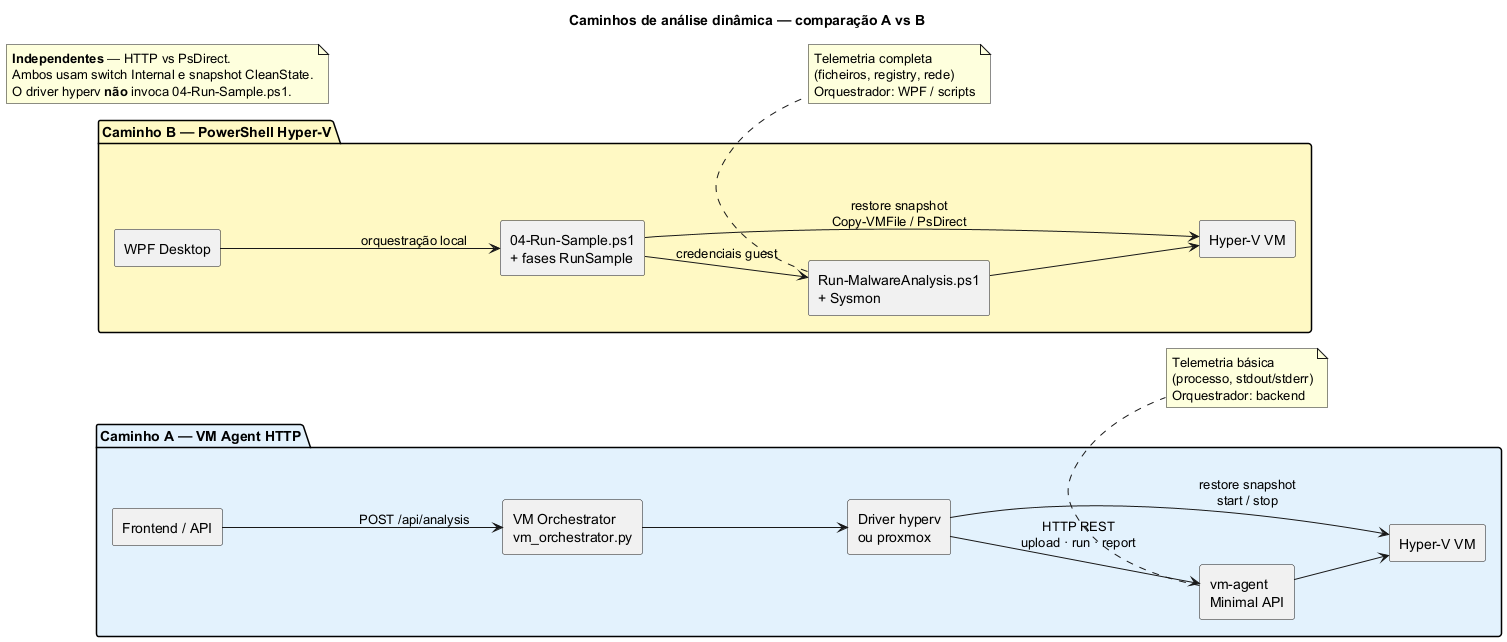
Earlier version of the PlantUML export relatório/imagens/fig-4-7-sandbox-paths.png (tlxp/PROJETO).
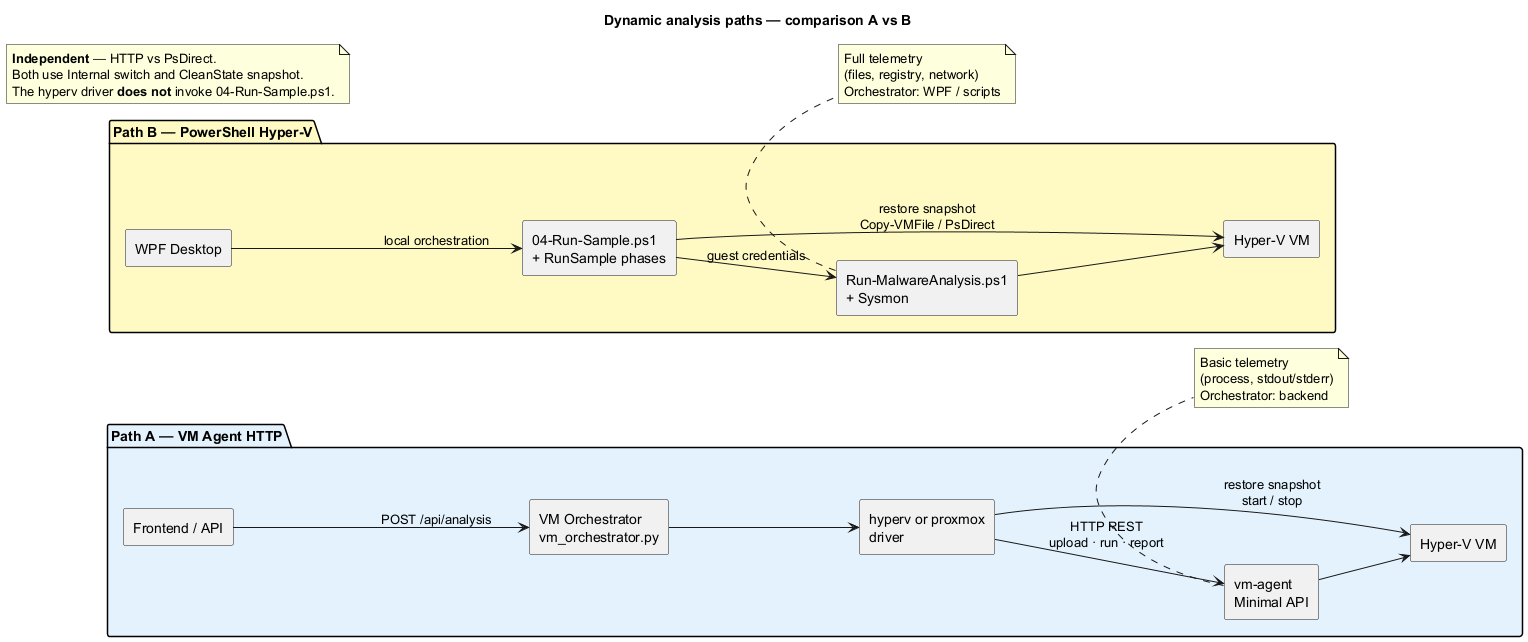
Above is the later version.

Diff of the diagram source:
```diff
@@ -1,21 +1,21 @@
 @startuml fig-4-7-sandbox-paths
-title Caminhos de análise dinâmica — comparação A vs B
+title Dynamic analysis paths — comparison A vs B
 skinparam shadowing false
 skinparam componentStyle rectangle
 
 left to right direction
 
-package "Caminho A — VM Agent HTTP" #E3F2FD {
+package "Path A — VM Agent HTTP" #E3F2FD {
   [Frontend / API] as A_FE
   [VM Orchestrator\nvm_orchestrator.py] as A_VMO
-  [Driver hyperv\nou proxmox] as A_DRV
+  [hyperv or proxmox\ndriver] as A_DRV
   [Hyper-V VM] as A_VM
   [vm-agent\nMinimal API] as A_AGENT
 }
 
-package "Caminho B — PowerShell Hyper-V" #FFF9C4 {
+package "Path B — PowerShell Hyper-V" #FFF9C4 {
   [WPF Desktop] as B_WPF
-  [04-Run-Sample.ps1\n+ fases RunSample] as B_PS
+  [04-Run-Sample.ps1\n+ RunSample phases] as B_PS
   [Hyper-V VM] as B_VM
   [Run-MalwareAnalysis.ps1\n+ Sysmon] as B_GUEST
 }
@@ -26,27 +26,27 @@
 A_DRV --> A_AGENT : HTTP REST\nupload · run · report
 A_AGENT --> A_VM
 
-B_WPF --> B_PS : orquestração local
+B_WPF --> B_PS : local orchestration
 B_PS --> B_VM : restore snapshot\nCopy-VMFile / PsDirect
-B_PS --> B_GUEST : credenciais guest
+B_PS --> B_GUEST : guest credentials
 B_GUEST --> B_VM
 
 note bottom of A_AGENT
-  Telemetria básica
-  (processo, stdout/stderr)
-  Orquestrador: backend
+  Basic telemetry
+  (process, stdout/stderr)
+  Orchestrator: backend
 end note
 
 note bottom of B_GUEST
-  Telemetria completa
-  (ficheiros, registry, rede)
-  Orquestrador: WPF / scripts
+  Full telemetry
+  (files, registry, network)
+  Orchestrator: WPF / scripts
 end note
 
 note as N1
-  **Independentes** — HTTP vs PsDirect.
-  Ambos usam switch Internal e snapshot CleanState.
-  O driver hyperv **não** invoca 04-Run-Sample.ps1.
+  **Independent** — HTTP vs PsDirect.
+  Both use Internal switch and CleanState snapshot.
+  The hyperv driver **does not** invoke 04-Run-Sample.ps1.
 end note
 
 @enduml
```
